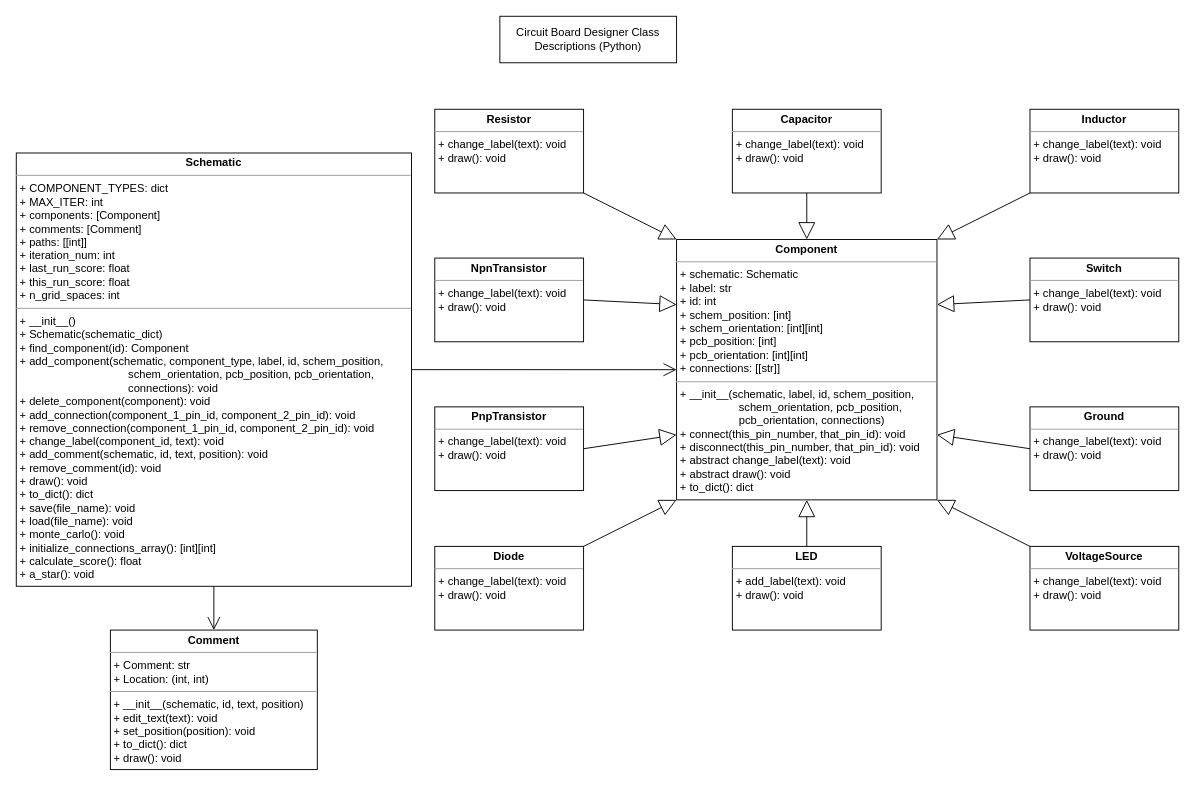
Above: Documents/ClassDiagrams.drawio in CinnaKenToast/Circuit-Board-Designer (draw.io), before the change. Source tidied: cells renumbered, new cells numbered last; positions are measured from the earlier drawing's top-left corner, leaving out a move shared by most shapes. Both pictures are drawn from the tidied source at 93%, with x=0, y=0 at pixel (16, 16).
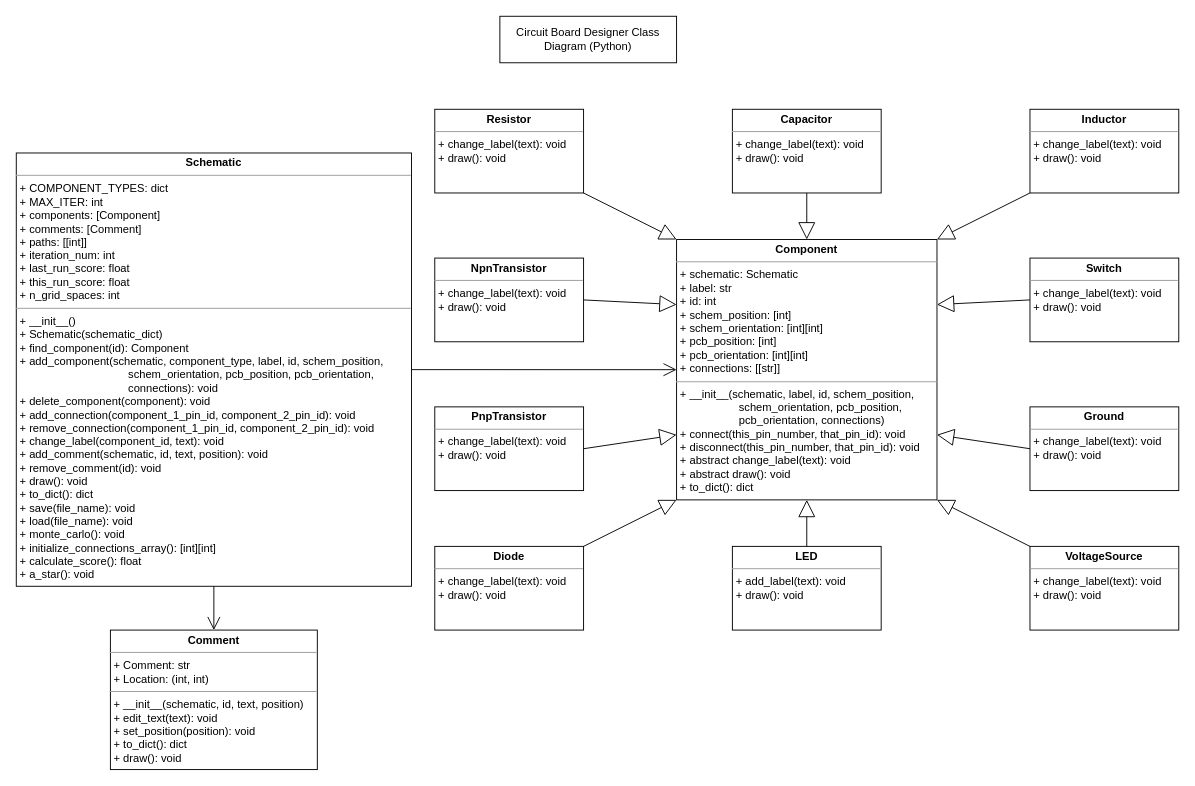
The same page after the edit.

The edit, as a diff of the source:
```diff
@@
-    <mxCell id="28" value="Circuit Board Designer Class Descriptions (Python)" style="rounded=0;whiteSpace=wrap;html=1;" parent="1" vertex="1">
+    <mxCell id="28" value="Circuit Board Designer Class Diagram (Python)" style="rounded=0;whiteSpace=wrap;html=1;" parent="1" vertex="1">
       <mxGeometry x="520" width="190" height="50" as="geometry" />
     </mxCell>
```
